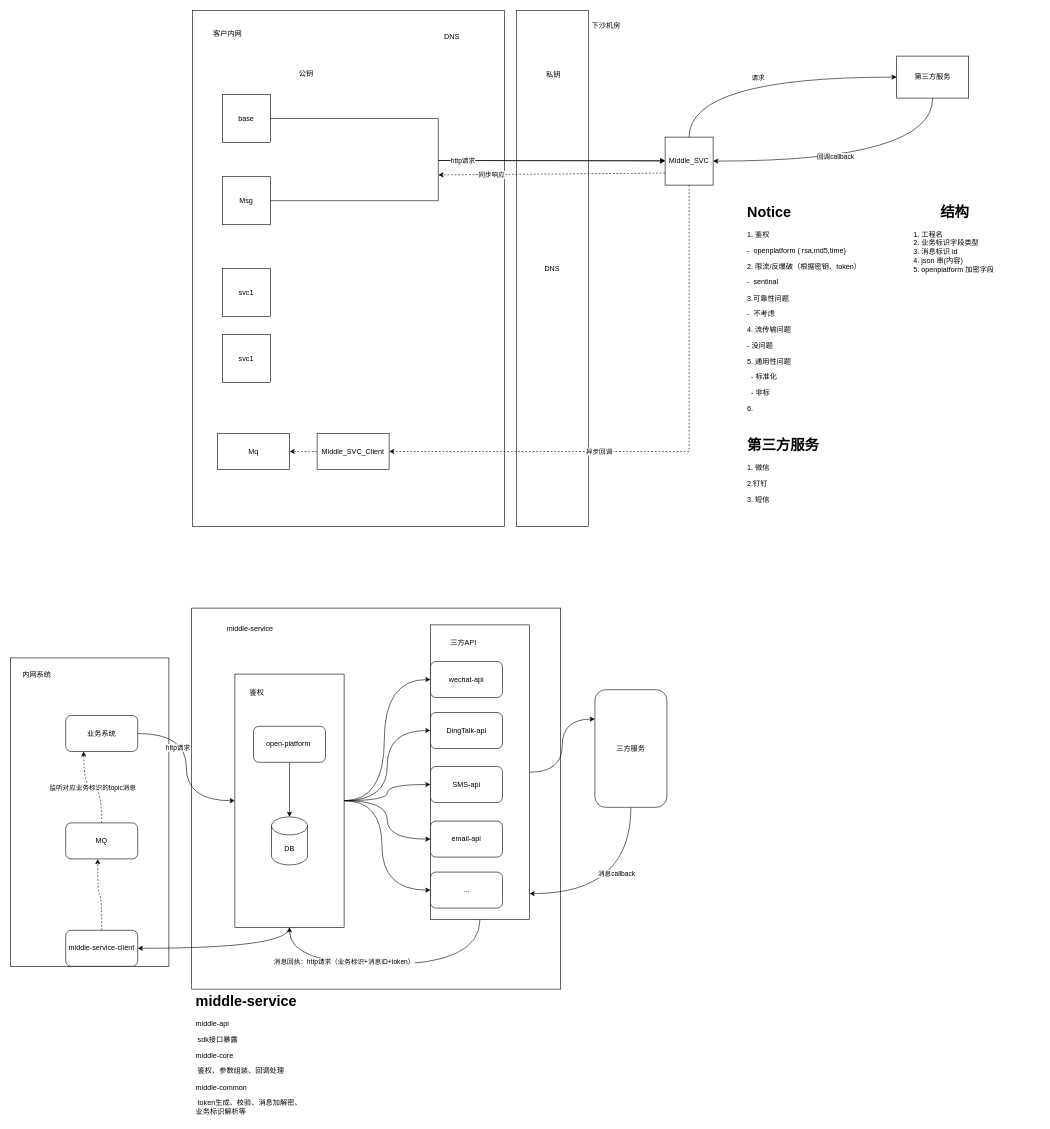
Above: ah-security/src/main/java/com/zhansc/ahsecurity/mss/message消息网关.drawio in zhansc/worksheet (draw.io), before the change. Source tidied: cells renumbered, new cells numbered last; positions are measured from the earlier drawing's top-left corner, leaving out a move shared by most shapes. Both pictures are drawn from the tidied source at 60%, with x=0, y=0 at pixel (10, 10).
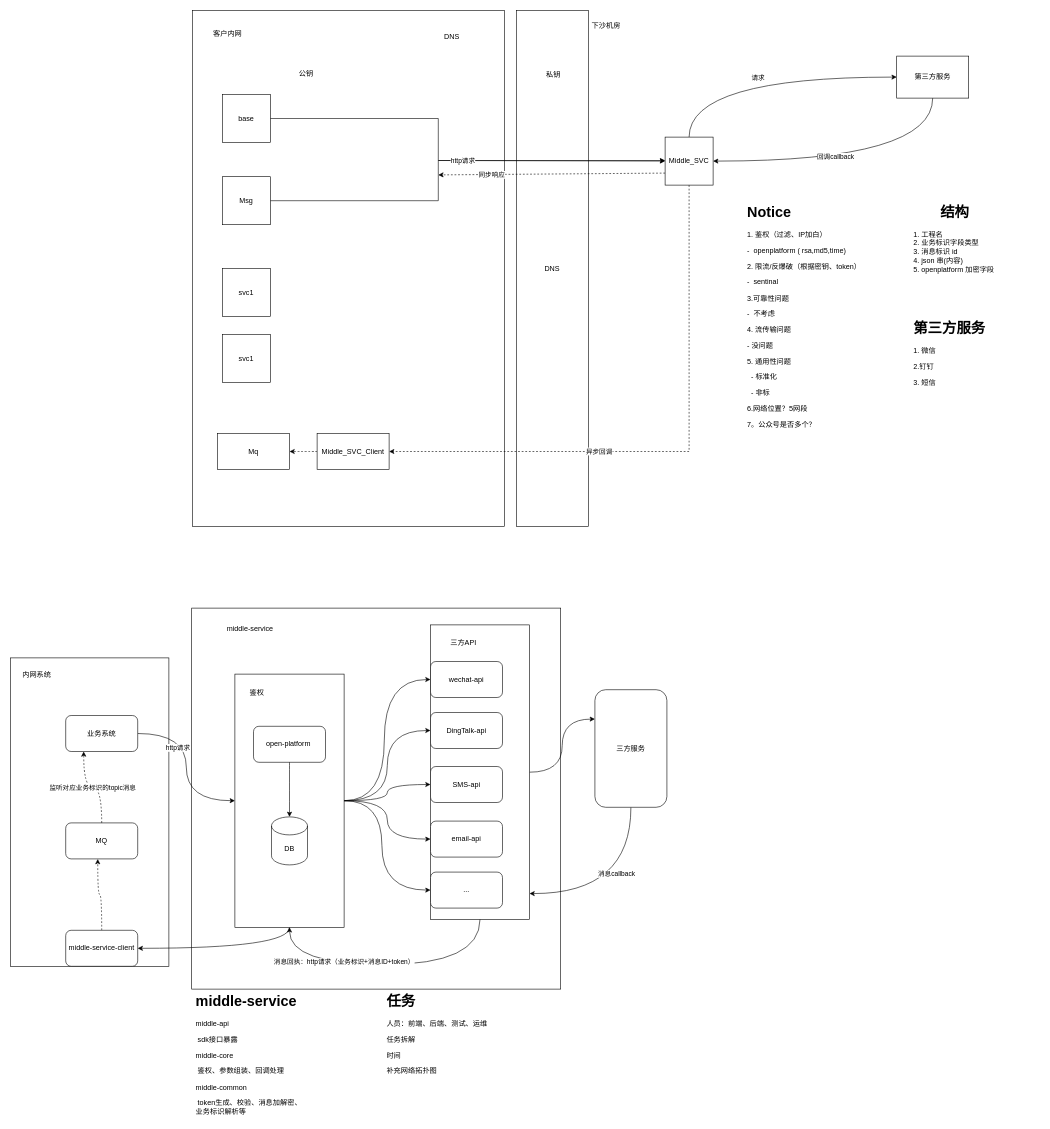
Above is the later version.

What changed in the source:
```diff
@@
     <mxCell id="32" value="&lt;h1&gt;第三方服务&lt;/h1&gt;&lt;p&gt;1. 微信&lt;/p&gt;&lt;p&gt;2.钉钉&lt;/p&gt;&lt;p&gt;3. 短信&lt;/p&gt;&lt;p&gt;&lt;br&gt;&lt;/p&gt;" style="text;html=1;strokeColor=none;fillColor=none;spacing=5;spacingTop=-20;whiteSpace=wrap;overflow=hidden;rounded=0;" parent="1" vertex="1">
-      <mxGeometry x="1223" y="705" width="190" height="120" as="geometry" />
+      <mxGeometry x="1500" y="510" width="190" height="120" as="geometry" />
     </mxCell>
-    <mxCell id="33" value="&lt;h1&gt;Notice&lt;/h1&gt;&lt;p&gt;1. 鉴权&lt;/p&gt;&lt;p&gt;-&amp;nbsp; openplatform ( rsa,md5,time)&lt;/p&gt;&lt;p&gt;2. 限流/反爆破（根据密钥、token）&lt;/p&gt;&lt;p&gt;-&amp;nbsp; sentinal&lt;/p&gt;&lt;p&gt;3.可靠性问题&lt;/p&gt;&lt;p&gt;-&amp;nbsp; 不考虑&lt;/p&gt;&lt;p&gt;4. 流传输问题&lt;/p&gt;&lt;p&gt;- 没问题&lt;/p&gt;&lt;p&gt;5. 通用性问题&lt;/p&gt;&lt;p&gt;&amp;nbsp; - 标准化&lt;/p&gt;&lt;p&gt;&amp;nbsp; - 非标&lt;/p&gt;&lt;p&gt;6.&lt;/p&gt;&lt;p&gt;&lt;br&gt;&lt;/p&gt;" style="text;html=1;strokeColor=none;fillColor=none;spacing=5;spacingTop=-20;whiteSpace=wrap;overflow=hidden;rounded=0;" parent="1" vertex="1">
-      <mxGeometry x="1223" y="316" width="238" height="376" as="geometry" />
+    <mxCell id="33" value="&lt;h1&gt;Notice&lt;/h1&gt;&lt;p&gt;1. 鉴权（过滤、IP加白）&lt;/p&gt;&lt;p&gt;-&amp;nbsp; openplatform ( rsa,md5,time)&lt;/p&gt;&lt;p&gt;2. 限流/反爆破（根据密钥、token）&lt;/p&gt;&lt;p&gt;-&amp;nbsp; sentinal&lt;/p&gt;&lt;p&gt;3.可靠性问题&lt;/p&gt;&lt;p&gt;-&amp;nbsp; 不考虑&lt;/p&gt;&lt;p&gt;4. 流传输问题&lt;/p&gt;&lt;p&gt;- 没问题&lt;/p&gt;&lt;p&gt;5. 通用性问题&lt;/p&gt;&lt;p&gt;&amp;nbsp; - 标准化&lt;/p&gt;&lt;p&gt;&amp;nbsp; - 非标&lt;/p&gt;&lt;p&gt;6.网络位置？5网段&lt;/p&gt;&lt;p&gt;7。公众号是否多个？&lt;/p&gt;&lt;p&gt;&lt;br&gt;&lt;/p&gt;&lt;p&gt;&lt;br&gt;&lt;/p&gt;" style="text;html=1;strokeColor=none;fillColor=none;spacing=5;spacingTop=-20;whiteSpace=wrap;overflow=hidden;rounded=0;" parent="1" vertex="1">
+      <mxGeometry x="1223" y="316" width="238" height="403" as="geometry" />
     </mxCell>
@@
+    <mxCell id="67" value="&lt;h1&gt;任务&lt;/h1&gt;&lt;p&gt;人员：前端、后端、测试、运维&lt;/p&gt;&lt;p&gt;任务拆解&lt;/p&gt;&lt;p&gt;时间&lt;/p&gt;&lt;p&gt;补充网络拓扑图&lt;/p&gt;" style="text;html=1;strokeColor=none;fillColor=none;spacing=5;spacingTop=-20;whiteSpace=wrap;overflow=hidden;rounded=0;" parent="1" vertex="1">
+      <mxGeometry x="622" y="1631" width="190" height="188" as="geometry" />
+    </mxCell>
```
